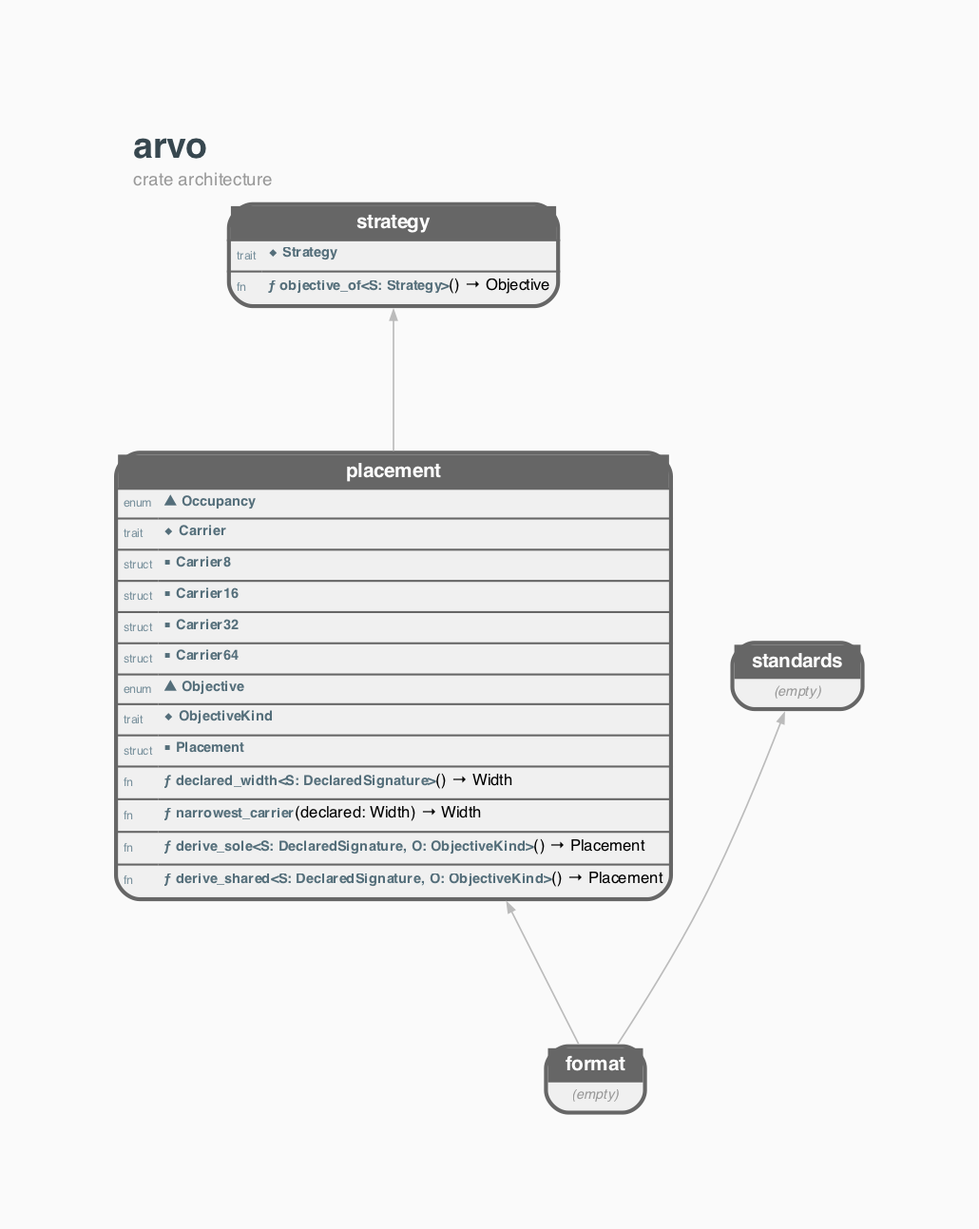
This is docs/STRUCTURE.GRAPH.png from orgrinrt/arvo, a Graphviz export, as it was before one commit. Its source is kept beside it as docs/STRUCTURE.GRAPH.dot.
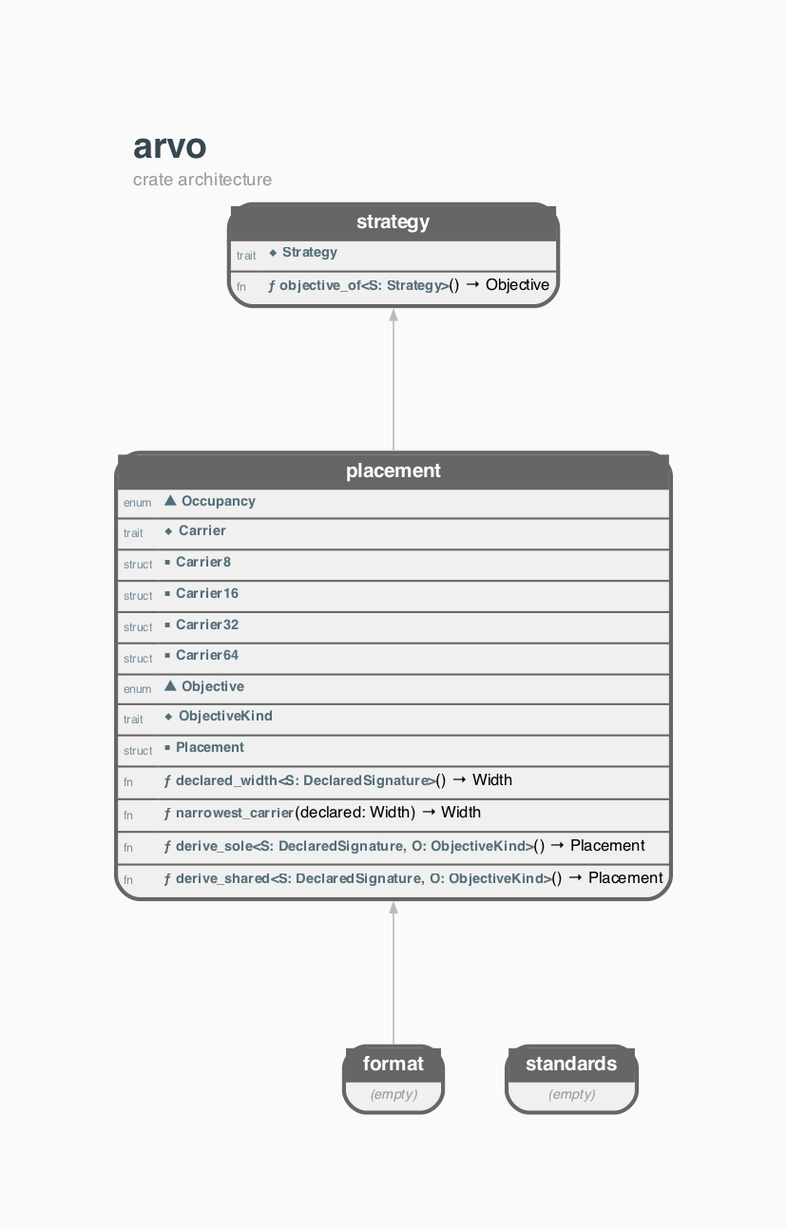
Above is the later version.

The edit, as a diff of the source:
```diff
@@ -16,13 +16,12 @@
     arvo_standards [shape=none, margin=0, label=<<TABLE BORDER="2" CELLBORDER="0" CELLSPACING="0" CELLPADDING="3" BGCOLOR="#F0F0F0" COLOR="#666666" STYLE="ROUNDED"><TR><TD COLSPAN="2" BGCOLOR="#666666" ALIGN="CENTER"><FONT COLOR="white" POINT-SIZE="10"><B>  standards  </B></FONT></TD></TR><TR><TD COLSPAN="2"><FONT COLOR="#999999" POINT-SIZE="7"><I>(empty)</I></FONT></TD></TR></TABLE>>];
     arvo_strategy [shape=none, margin=0, label=<<TABLE BORDER="2" CELLBORDER="0" CELLSPACING="0" CELLPADDING="3" BGCOLOR="#F0F0F0" COLOR="#666666" STYLE="ROUNDED"><TR><TD COLSPAN="2" BGCOLOR="#666666" ALIGN="CENTER"><FONT COLOR="white" POINT-SIZE="10"><B>  strategy  </B></FONT></TD></TR><HR/><TR><TD ALIGN="LEFT"><FONT COLOR="#78909C" POINT-SIZE="6">trait</FONT></TD><TD ALIGN="LEFT" PORT="p_Strategy"><FONT COLOR="#546E7A" POINT-SIZE="7"><B>◆ Strategy</B></FONT></TD></TR><HR/><TR><TD ALIGN="LEFT"><FONT COLOR="#78909C" POINT-SIZE="6">fn</FONT></TD><TD ALIGN="LEFT" PORT="p_objective_of"><FONT COLOR="#546E7A" POINT-SIZE="7"><B>ƒ objective_of&lt;S: Strategy&gt;</B></FONT>() → Objective</TD></TR></TABLE>>];
 
-    { rank=same; arvo_format; } // depth 0
-    { rank=same; arvo_placement; arvo_standards; } // depth 1
+    { rank=same; arvo_format; arvo_standards; } // depth 0
+    { rank=same; arvo_placement; } // depth 1
     { rank=same; arvo_strategy; } // depth 2
 
 
     arvo_format -> arvo_placement;
-    arvo_format -> arvo_standards;
     arvo_placement -> arvo_strategy;
 
 }
```
